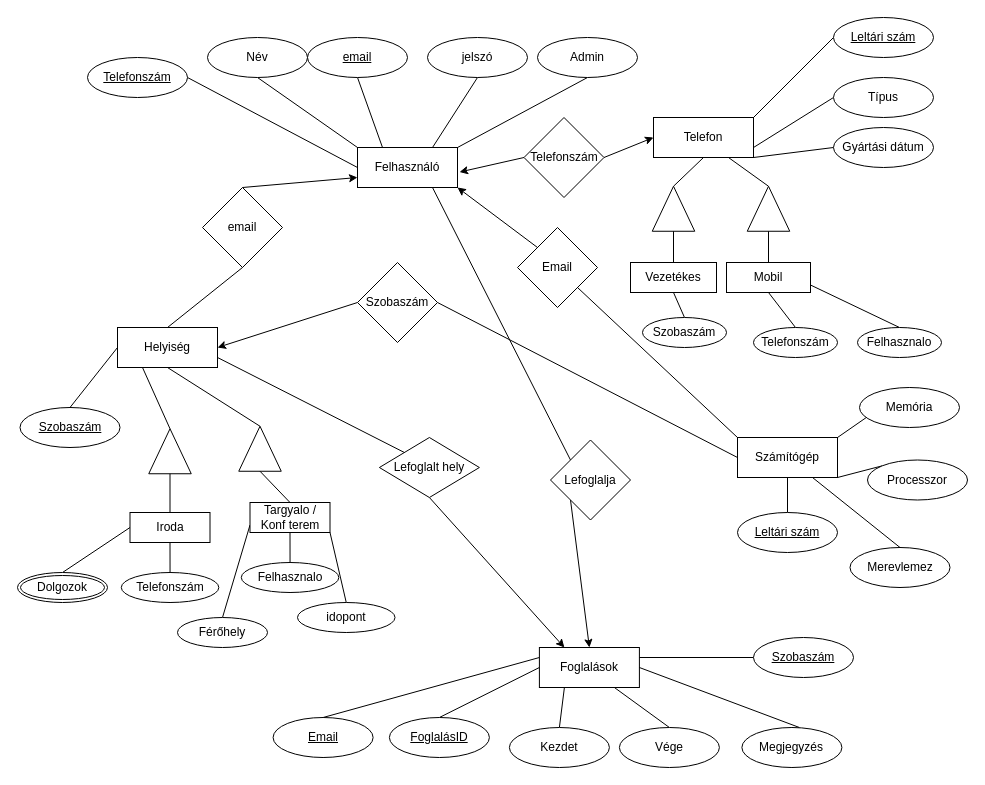
Before: Munkahely.drawio in Troversones/adatbProjekt, a draw.io diagram. Source tidied: cells renumbered, new cells numbered last; positions are measured from the earlier drawing's top-left corner, leaving out a move shared by most shapes. Both pictures are drawn from the tidied source at 100%, with x=0, y=0 at pixel (17, 17).
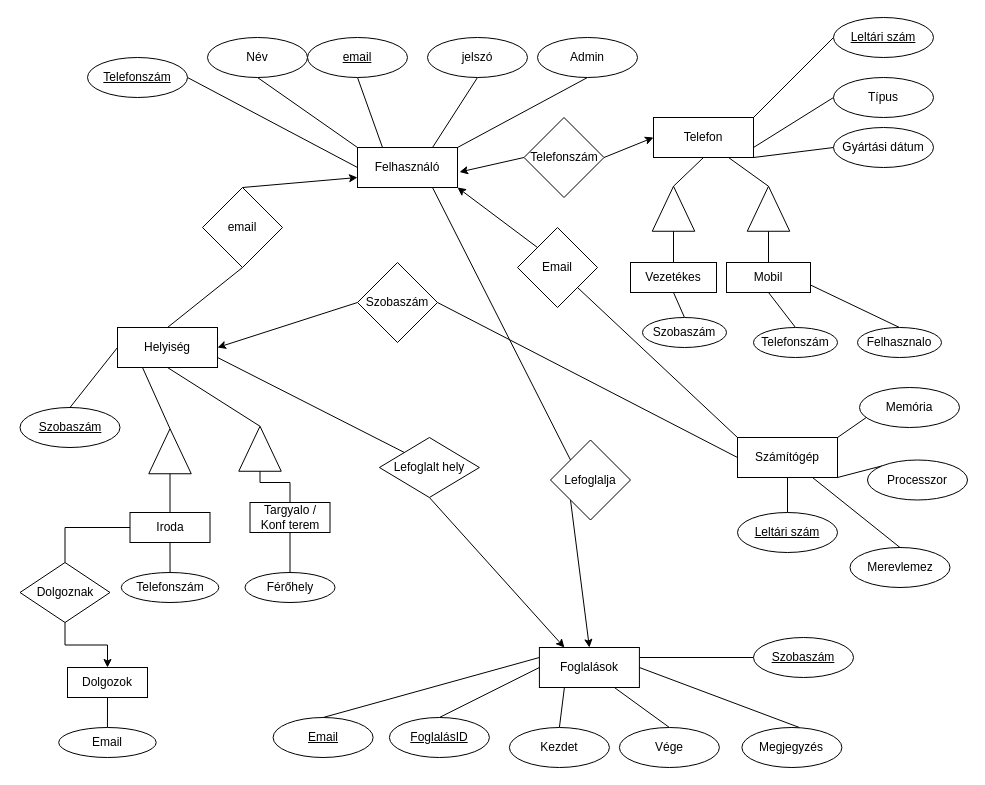
Above is the later version.

The change refers to these unchanged cells:
```xml
<mxCell id="59" value="Iroda" style="whiteSpace=wrap;html=1;align=center;" parent="1" vertex="1">
  <mxGeometry x="112.5" y="495" width="80" height="30" as="geometry" />
</mxCell>
<mxCell id="63" style="triangle;whiteSpace=wrap;html=1;rotation=-90;" parent="1" vertex="1">
  <mxGeometry x="220" y="410" width="45" height="42.5" as="geometry" />
</mxCell>
<mxCell id="66" value="Targyalo / Konf terem" style="whiteSpace=wrap;html=1;align=center;" parent="1" vertex="1">
  <mxGeometry x="232.5" y="485" width="80" height="30" as="geometry" />
</mxCell>
```

Diff of the diagram source:
```diff
@@
+    <mxCell id="95" style="edgeStyle=orthogonalEdgeStyle;rounded=0;jettySize=auto;html=1;exitX=0;exitY=0.5;exitDx=0;exitDy=0;entryX=0.5;entryY=0;entryDx=0;entryDy=0;endArrow=none;endFill=0;" parent="1" edge="1" source="59" target="97">
+      <mxGeometry relative="1" as="geometry" />
+    </mxCell>
@@
-    <mxCell id="64" style="rounded=0;jettySize=auto;html=1;exitX=0.5;exitY=0;exitDx=0;exitDy=0;entryX=0;entryY=0.5;entryDx=0;entryDy=0;endArrow=none;endFill=0;" parent="1" edge="1" source="66" target="63">
+    <mxCell id="64" style="rounded=0;jettySize=auto;html=1;exitX=0.5;exitY=0;exitDx=0;exitDy=0;entryX=0;entryY=0.5;entryDx=0;entryDy=0;endArrow=none;endFill=0;edgeStyle=orthogonalEdgeStyle;" parent="1" edge="1" source="66" target="63">
       <mxGeometry relative="1" as="geometry" />
     </mxCell>
-    <mxCell id="65" style="rounded=0;jettySize=auto;html=1;exitX=0;exitY=0.75;exitDx=0;exitDy=0;entryX=0.5;entryY=0;entryDx=0;entryDy=0;endArrow=none;endFill=0;" parent="1" edge="1" source="66" target="92">
+    <mxCell id="65" style="rounded=0;jettySize=auto;html=1;exitX=0.5;exitY=1;exitDx=0;exitDy=0;entryX=0.5;entryY=0;entryDx=0;entryDy=0;endArrow=none;endFill=0;" parent="1" edge="1" source="66" target="92">
       <mxGeometry relative="1" as="geometry" />
     </mxCell>
@@
-    <mxCell id="67" style="rounded=0;jettySize=auto;html=1;exitX=0.5;exitY=0;exitDx=0;exitDy=0;entryX=0.5;entryY=1;entryDx=0;entryDy=0;endArrow=none;endFill=0;" parent="1" edge="1" source="68" target="66">
-      <mxGeometry relative="1" as="geometry" />
-    </mxCell>
-    <mxCell id="68" value="Felhasznalo" style="ellipse;whiteSpace=wrap;html=1;align=center;" parent="1" vertex="1">
-      <mxGeometry x="223.8" y="545" width="97.5" height="30" as="geometry" />
-    </mxCell>
-    <mxCell id="69" style="rounded=0;jettySize=auto;html=1;exitX=0.5;exitY=0;exitDx=0;exitDy=0;entryX=1;entryY=1;entryDx=0;entryDy=0;endArrow=none;endFill=0;" parent="1" edge="1" source="70" target="66">
-      <mxGeometry relative="1" as="geometry" />
-    </mxCell>
-    <mxCell id="70" value="idopont" style="ellipse;whiteSpace=wrap;html=1;align=center;" parent="1" vertex="1">
-      <mxGeometry x="280" y="585" width="97.5" height="30" as="geometry" />
-    </mxCell>
@@
-    <mxCell id="75" style="rounded=0;jettySize=auto;html=1;exitX=0.5;exitY=0;exitDx=0;exitDy=0;entryX=0;entryY=0.5;entryDx=0;entryDy=0;endArrow=none;endFill=0;" parent="1" edge="1" source="76" target="59">
-      <mxGeometry relative="1" as="geometry" />
-    </mxCell>
-    <mxCell id="76" value="Dolgozok" style="ellipse;shape=doubleEllipse;margin=3;whiteSpace=wrap;html=1;align=center;" parent="1" vertex="1">
-      <mxGeometry y="555" width="90" height="30" as="geometry" />
-    </mxCell>
@@
     <mxCell id="92" value="Férőhely" style="ellipse;whiteSpace=wrap;html=1;align=center;" parent="1" vertex="1">
-      <mxGeometry x="160" y="600" width="90" height="30" as="geometry" />
+      <mxGeometry x="227.5" y="555" width="90" height="30" as="geometry" />
     </mxCell>
@@
+    <mxCell id="96" style="edgeStyle=orthogonalEdgeStyle;rounded=0;jettySize=auto;html=1;exitX=0.5;exitY=1;exitDx=0;exitDy=0;entryX=0.5;entryY=0;entryDx=0;entryDy=0;endArrow=classic;endFill=1;" parent="1" edge="1" source="97" target="76">
+      <mxGeometry relative="1" as="geometry" />
+    </mxCell>
+    <mxCell id="97" value="Dolgoznak" style="shape=rhombus;perimeter=rhombusPerimeter;whiteSpace=wrap;html=1;align=center;" parent="1" vertex="1">
+      <mxGeometry x="2.5" y="545" width="90" height="60" as="geometry" />
+    </mxCell>
+    <mxCell id="76" value="Dolgozok" style="whiteSpace=wrap;html=1;align=center;" parent="1" vertex="1">
+      <mxGeometry x="50" y="650" width="80" height="30" as="geometry" />
+    </mxCell>
+    <mxCell id="98" style="edgeStyle=orthogonalEdgeStyle;rounded=0;jettySize=auto;html=1;exitX=0.5;exitY=0;exitDx=0;exitDy=0;entryX=0.5;entryY=1;entryDx=0;entryDy=0;endArrow=none;endFill=0;" parent="1" edge="1" source="99" target="76">
+      <mxGeometry relative="1" as="geometry" />
+    </mxCell>
+    <mxCell id="99" value="Email" style="ellipse;whiteSpace=wrap;html=1;align=center;" parent="1" vertex="1">
+      <mxGeometry x="41.2" y="710" width="97.5" height="30" as="geometry" />
+    </mxCell>
```
